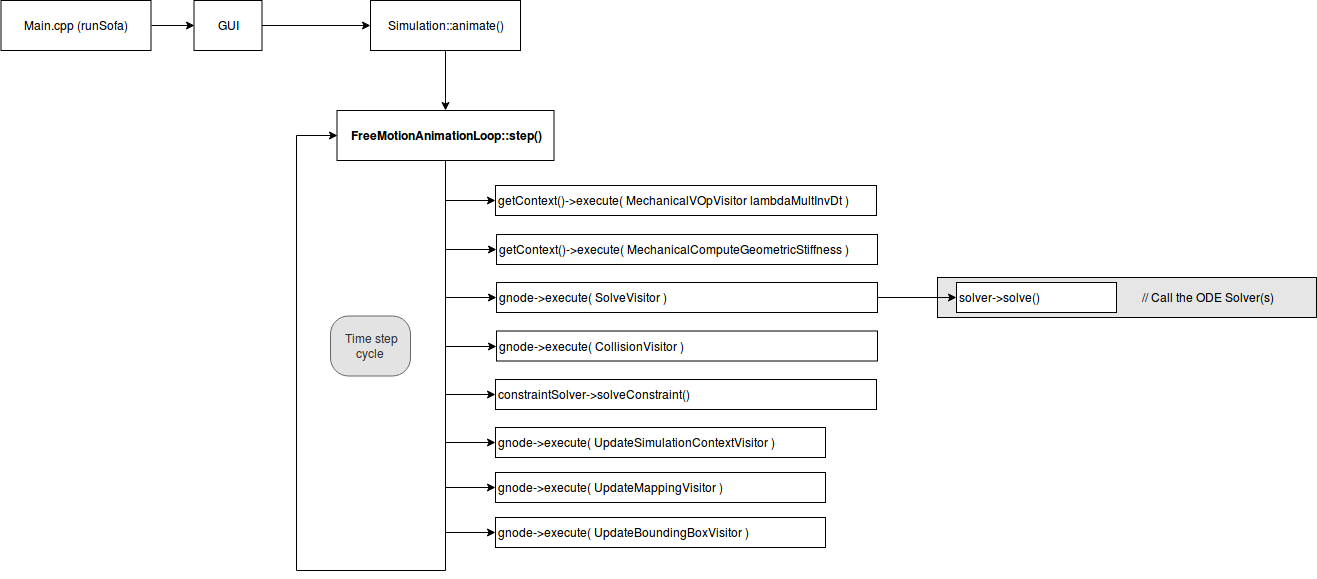
Above: Images/animationloop/FreeMotionAnimationLoop.png in sofa-framework/doc (draw.io), before the change. Source tidied: cells renumbered, new cells last; positions are measured from the earlier drawing's top-left corner, leaving out a move shared by most shapes.
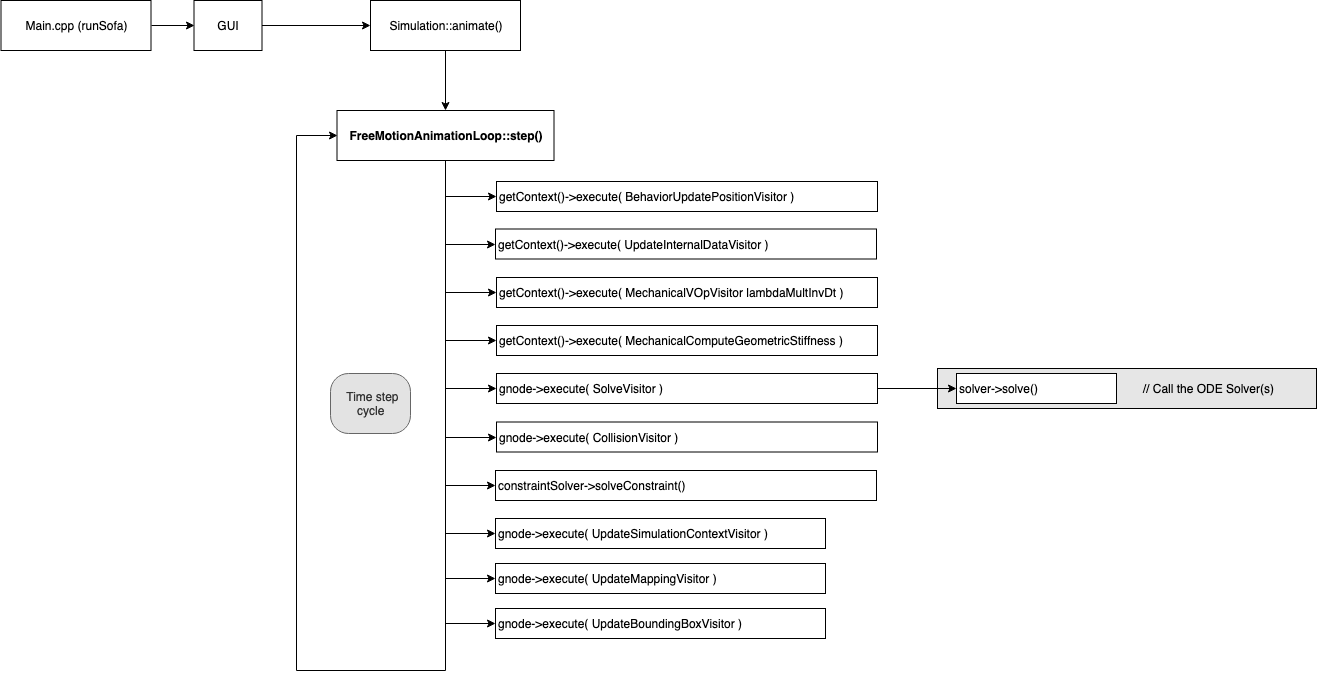
The same diagram one commit later.

Commit message:
update animation loops with internal update

The edit, as a diff of the source:
```diff
@@ -14,9 +14,9 @@
     <mxCell id="5" style="edgeStyle=orthogonalEdgeStyle;rounded=0;orthogonalLoop=1;jettySize=auto;html=1;exitX=0.5;exitY=1;exitDx=0;exitDy=0;entryX=0;entryY=0.5;entryDx=0;entryDy=0;" parent="1" edge="1" source="12" target="12">
       <mxGeometry relative="1" as="geometry">
         <Array as="points">
-          <mxPoint x="445" y="570" />
-          <mxPoint x="296" y="570" />
-          <mxPoint x="296" y="135" />
+          <mxPoint x="445" y="579" />
+          <mxPoint x="296" y="579" />
+          <mxPoint x="296" y="44" />
         </Array>
       </mxGeometry>
     </mxCell>
@@ -42,11 +42,17 @@
     <mxCell id="11" style="edgeStyle=orthogonalEdgeStyle;rounded=0;jettySize=auto;html=1;exitX=0.5;exitY=1;exitDx=0;exitDy=0;entryX=0;entryY=0.5;entryDx=0;entryDy=0;" parent="1" edge="1" source="12" target="28">
       <mxGeometry relative="1" as="geometry" />
     </mxCell>
+    <mxCell id="30" style="edgeStyle=orthogonalEdgeStyle;rounded=0;jettySize=auto;html=1;entryX=0;entryY=0.5;entryDx=0;entryDy=0;" parent="1" edge="1" source="12" target="32">
+      <mxGeometry relative="1" as="geometry" />
+    </mxCell>
+    <mxCell id="31" style="edgeStyle=orthogonalEdgeStyle;rounded=0;jettySize=auto;html=1;entryX=0;entryY=0.5;entryDx=0;entryDy=0;" parent="1" edge="1" source="12" target="33">
+      <mxGeometry relative="1" as="geometry" />
+    </mxCell>
     <mxCell id="12" value="&lt;div&gt;FreeMotionAnimationLoop::step()&lt;/div&gt;" style="rounded=0;whiteSpace=wrap;html=1;fontStyle=1;" parent="1" vertex="1">
-      <mxGeometry x="336.5" y="110" width="217" height="50" as="geometry" />
+      <mxGeometry x="336.5" y="19" width="217" height="50" as="geometry" />
     </mxCell>
     <mxCell id="13" value="getContext()-&amp;gt;execute( MechanicalVOpVisitor lambdaMultInvDt )" style="rounded=0;whiteSpace=wrap;html=1;align=left;" parent="1" vertex="1">
-      <mxGeometry x="495" y="185" width="381" height="30" as="geometry" />
+      <mxGeometry x="496" y="186" width="381" height="30" as="geometry" />
     </mxCell>
     <mxCell id="14" value="&lt;div&gt;getContext()-&amp;gt;execute( MechanicalComputeGeometricStiffness )&lt;/div&gt;" style="rounded=0;whiteSpace=wrap;html=1;align=left;" parent="1" vertex="1">
       <mxGeometry x="496" y="234" width="381" height="30" as="geometry" />
@@ -64,19 +70,19 @@
       <mxGeometry relative="1" as="geometry" />
     </mxCell>
     <mxCell id="19" value="&lt;div&gt;Simulation::animate()&lt;/div&gt;" style="rounded=0;whiteSpace=wrap;html=1;" parent="1" vertex="1">
-      <mxGeometry x="370" width="150" height="50" as="geometry" />
+      <mxGeometry x="370" y="-91" width="150" height="50" as="geometry" />
     </mxCell>
     <mxCell id="20" style="edgeStyle=orthogonalEdgeStyle;rounded=0;jettySize=auto;html=1;exitX=1;exitY=0.5;exitDx=0;exitDy=0;entryX=0;entryY=0.5;entryDx=0;entryDy=0;" parent="1" edge="1" source="21" target="23">
       <mxGeometry relative="1" as="geometry" />
     </mxCell>
     <mxCell id="21" value="&lt;div&gt;Main.cpp (runSofa)&lt;br&gt;&lt;/div&gt;" style="rounded=0;whiteSpace=wrap;html=1;" parent="1" vertex="1">
-      <mxGeometry x="0.5" width="150" height="50" as="geometry" />
+      <mxGeometry x="0.5" y="-91" width="150" height="50" as="geometry" />
     </mxCell>
     <mxCell id="22" style="edgeStyle=orthogonalEdgeStyle;rounded=0;jettySize=auto;html=1;entryX=0;entryY=0.5;entryDx=0;entryDy=0;" parent="1" edge="1" source="23" target="19">
       <mxGeometry relative="1" as="geometry" />
     </mxCell>
     <mxCell id="23" value="&lt;div&gt;GUI&lt;/div&gt;" style="rounded=0;whiteSpace=wrap;html=1;" parent="1" vertex="1">
-      <mxGeometry x="193.5" width="68" height="50" as="geometry" />
+      <mxGeometry x="193.5" y="-91" width="68" height="50" as="geometry" />
     </mxCell>
     <mxCell id="24" value="&lt;div&gt;solver-&amp;gt;solve()&lt;/div&gt;" style="rounded=0;whiteSpace=wrap;html=1;align=left;" parent="1" vertex="1">
       <mxGeometry x="956" y="282" width="160" height="30" as="geometry" />
@@ -94,7 +100,13 @@
       <mxGeometry x="496" y="330.5" width="381" height="30" as="geometry" />
     </mxCell>
     <mxCell id="29" value="&lt;div align=&quot;center&quot;&gt;&amp;nbsp;&amp;nbsp;&amp;nbsp; Time step&lt;/div&gt;&lt;div align=&quot;center&quot;&gt;&amp;nbsp;&amp;nbsp; cycle&lt;/div&gt;" style="rounded=1;whiteSpace=wrap;html=1;align=left;arcSize=30;labelBackgroundColor=none;fillColor=#E3E3E3;strokeColor=#666666;fontColor=#333333;" parent="1" vertex="1">
-      <mxGeometry x="330" y="315.5" width="80" height="60" as="geometry" />
+      <mxGeometry x="330" y="282" width="80" height="60" as="geometry" />
     </mxCell>
+    <mxCell id="32" value="getContext()-&amp;gt;execute( BehaviorUpdatePositionVisitor )" style="rounded=0;whiteSpace=wrap;html=1;align=left;" parent="1" vertex="1">
+      <mxGeometry x="496" y="90" width="381" height="30" as="geometry" />
+    </mxCell>
+    <mxCell id="33" value="&lt;div&gt;getContext()-&amp;gt;execute( UpdateInternalDataVisitor )&lt;/div&gt;" style="rounded=0;whiteSpace=wrap;html=1;align=left;" parent="1" vertex="1">
+      <mxGeometry x="495" y="137.5" width="381" height="30" as="geometry" />
+    </mxCell>
   </root>
 </mxGraphModel>
```
